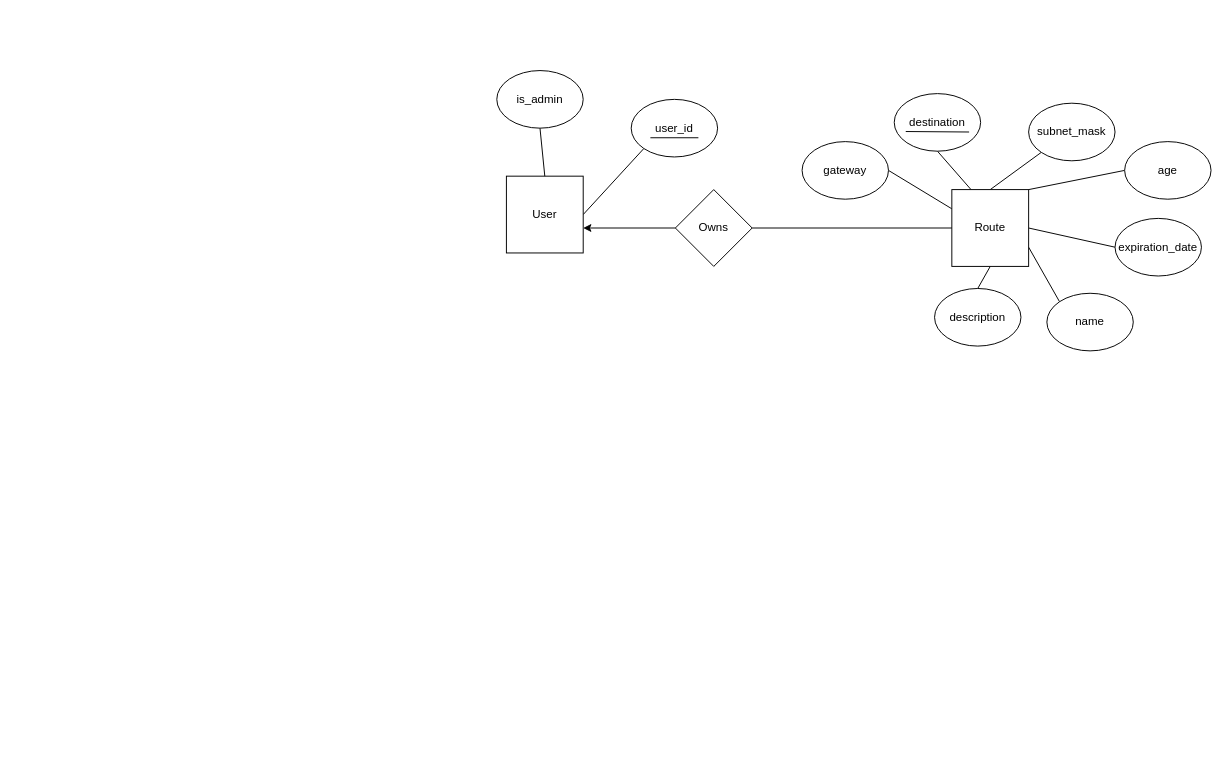
macsyd/csc370-database-project keeps this draw.io diagram as vpn-routing-erd.drawio. Above is the earlier version. Source tidied: cells renumbered, new cells numbered last; positions are measured from the earlier drawing's top-left corner, leaving out a move shared by most shapes. Both pictures are drawn from the tidied source at 96%, with x=0, y=0 at pixel (496, 70).
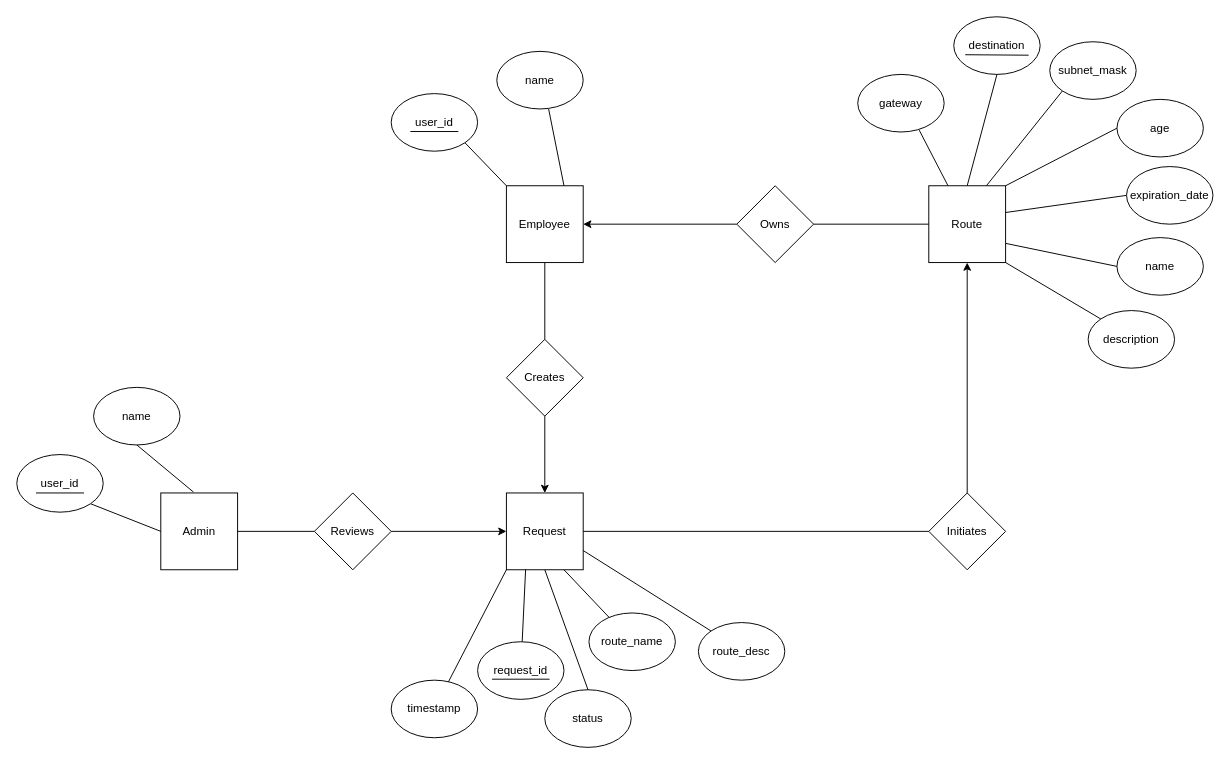
After the change.

Commit message:
add request entity set

I added an entity set to meet our requirement about requests. In doing so, since admin and non-admin users have such different relationships now, I split the user entity set into admin and employee (regular user).

What changed in the source:
```diff
@@
-    <mxCell id="2" style="rounded=0;jettySize=auto;html=1;exitX=0.25;exitY=0;exitDx=0;exitDy=0;entryX=0.5;entryY=1;entryDx=0;entryDy=0;endArrow=none;endFill=0;" parent="1" edge="1" source="9" target="10">
+    <mxCell id="2" style="rounded=0;jettySize=auto;html=1;exitX=0.5;exitY=0;exitDx=0;exitDy=0;entryX=0.5;entryY=1;entryDx=0;entryDy=0;endArrow=none;endFill=0;" parent="1" edge="1" source="9" target="10">
       <mxGeometry relative="1" as="geometry" />
     </mxCell>
-    <mxCell id="3" style="rounded=0;jettySize=auto;html=1;exitX=0.5;exitY=0;exitDx=0;exitDy=0;entryX=0;entryY=1;entryDx=0;entryDy=0;endArrow=none;endFill=0;" parent="1" edge="1" source="9" target="11">
+    <mxCell id="3" style="rounded=0;jettySize=auto;html=1;entryX=0;entryY=1;entryDx=0;entryDy=0;endArrow=none;endFill=0;exitX=0.75;exitY=0;exitDx=0;exitDy=0;" parent="1" edge="1" source="9" target="11">
       <mxGeometry relative="1" as="geometry" />
     </mxCell>
@@
-    <mxCell id="5" style="rounded=0;jettySize=auto;html=1;exitX=1;exitY=0.5;exitDx=0;exitDy=0;entryX=0;entryY=0.5;entryDx=0;entryDy=0;endArrow=none;endFill=0;" parent="1" edge="1" source="9" target="16">
+    <mxCell id="5" style="rounded=0;jettySize=auto;html=1;exitX=0.988;exitY=0.35;exitDx=0;exitDy=0;entryX=0;entryY=0.5;entryDx=0;entryDy=0;endArrow=none;endFill=0;exitPerimeter=0;" parent="1" edge="1" source="9" target="16">
       <mxGeometry relative="1" as="geometry" />
     </mxCell>
-    <mxCell id="6" style="rounded=0;jettySize=auto;html=1;exitX=1;exitY=0.75;exitDx=0;exitDy=0;entryX=0;entryY=0;entryDx=0;entryDy=0;endArrow=none;endFill=0;" parent="1" edge="1" source="9" target="12">
+    <mxCell id="6" style="rounded=0;jettySize=auto;html=1;exitX=1;exitY=0.75;exitDx=0;exitDy=0;entryX=0;entryY=0.5;entryDx=0;entryDy=0;endArrow=none;endFill=0;" parent="1" edge="1" source="9" target="12">
       <mxGeometry relative="1" as="geometry" />
     </mxCell>
-    <mxCell id="7" style="rounded=0;jettySize=auto;html=1;exitX=0.5;exitY=1;exitDx=0;exitDy=0;entryX=0.5;entryY=0;entryDx=0;entryDy=0;endArrow=none;endFill=0;" parent="1" edge="1" source="9" target="15">
+    <mxCell id="7" style="rounded=0;jettySize=auto;html=1;exitX=1;exitY=1;exitDx=0;exitDy=0;entryX=0;entryY=0;entryDx=0;entryDy=0;endArrow=none;endFill=0;" parent="1" edge="1" source="9" target="15">
       <mxGeometry relative="1" as="geometry" />
     </mxCell>
-    <mxCell id="8" style="rounded=0;jettySize=auto;html=1;exitX=0;exitY=0.25;exitDx=0;exitDy=0;entryX=1;entryY=0.5;entryDx=0;entryDy=0;endArrow=none;endFill=0;" parent="1" edge="1" source="9" target="13">
+    <mxCell id="8" style="rounded=0;jettySize=auto;html=1;entryX=0.711;entryY=0.967;entryDx=0;entryDy=0;endArrow=none;endFill=0;entryPerimeter=0;exitX=0.25;exitY=0;exitDx=0;exitDy=0;" parent="1" edge="1" source="9" target="13">
       <mxGeometry relative="1" as="geometry" />
     </mxCell>
     <mxCell id="9" value="Route" style="whiteSpace=wrap;html=1;" parent="1" vertex="1">
-      <mxGeometry x="474" y="124" width="80" height="80" as="geometry" />
+      <mxGeometry x="450" y="120" width="80" height="80" as="geometry" />
     </mxCell>
     <mxCell id="10" value="destination" style="ellipse;whiteSpace=wrap;html=1;" parent="1" vertex="1">
-      <mxGeometry x="414" y="24" width="90" height="60" as="geometry" />
+      <mxGeometry x="476" y="-56" width="90" height="60" as="geometry" />
     </mxCell>
     <mxCell id="11" value="subnet_mask" style="ellipse;whiteSpace=wrap;html=1;" parent="1" vertex="1">
-      <mxGeometry x="554" y="34" width="90" height="60" as="geometry" />
+      <mxGeometry x="576" y="-30" width="90" height="60" as="geometry" />
     </mxCell>
     <mxCell id="12" value="name" style="ellipse;whiteSpace=wrap;html=1;" parent="1" vertex="1">
-      <mxGeometry x="573" y="232" width="90" height="60" as="geometry" />
+      <mxGeometry x="646" y="174" width="90" height="60" as="geometry" />
     </mxCell>
     <mxCell id="13" value="gateway" style="ellipse;whiteSpace=wrap;html=1;" parent="1" vertex="1">
-      <mxGeometry x="318" y="74" width="90" height="60" as="geometry" />
+      <mxGeometry x="376" y="4" width="90" height="60" as="geometry" />
     </mxCell>
     <mxCell id="14" value="age" style="ellipse;whiteSpace=wrap;html=1;" parent="1" vertex="1">
-      <mxGeometry x="654" y="74" width="90" height="60" as="geometry" />
+      <mxGeometry x="646" y="30" width="90" height="60" as="geometry" />
     </mxCell>
     <mxCell id="15" value="description" style="ellipse;whiteSpace=wrap;html=1;" parent="1" vertex="1">
-      <mxGeometry x="456" y="227" width="90" height="60" as="geometry" />
+      <mxGeometry x="616" y="250" width="90" height="60" as="geometry" />
     </mxCell>
     <mxCell id="16" value="expiration_date" style="ellipse;whiteSpace=wrap;html=1;" parent="1" vertex="1">
-      <mxGeometry x="644" y="154" width="90" height="60" as="geometry" />
+      <mxGeometry x="656" y="100" width="90" height="60" as="geometry" />
     </mxCell>
-    <mxCell id="17" style="rounded=0;jettySize=auto;html=1;exitX=1;exitY=0.5;exitDx=0;exitDy=0;entryX=0;entryY=1;entryDx=0;entryDy=0;endArrow=none;endFill=0;" parent="1" edge="1" source="18" target="19">
+    <mxCell id="17" style="rounded=0;jettySize=auto;html=1;exitX=0;exitY=0;exitDx=0;exitDy=0;entryX=1;entryY=1;entryDx=0;entryDy=0;endArrow=none;endFill=0;" parent="1" edge="1" source="18" target="19">
       <mxGeometry relative="1" as="geometry" />
     </mxCell>
-    <mxCell id="18" value="User" style="whiteSpace=wrap;html=1;" parent="1" vertex="1">
-      <mxGeometry x="10" y="110" width="80" height="80" as="geometry" />
+    <mxCell id="18" value="Employee" style="whiteSpace=wrap;html=1;" parent="1" vertex="1">
+      <mxGeometry x="10" y="120" width="80" height="80" as="geometry" />
     </mxCell>
     <mxCell id="19" value="user_id" style="ellipse;whiteSpace=wrap;html=1;" parent="1" vertex="1">
-      <mxGeometry x="140" y="30" width="90" height="60" as="geometry" />
+      <mxGeometry x="-110" y="24" width="90" height="60" as="geometry" />
     </mxCell>
-    <mxCell id="20" style="rounded=0;jettySize=auto;html=1;exitX=0.5;exitY=1;exitDx=0;exitDy=0;entryX=0.5;entryY=0;entryDx=0;entryDy=0;endArrow=none;endFill=0;" parent="1" edge="1" source="21" target="18">
-      <mxGeometry relative="1" as="geometry" />
-    </mxCell>
-    <mxCell id="21" value="is_admin" style="ellipse;whiteSpace=wrap;html=1;" parent="1" vertex="1">
-      <mxGeometry width="90" height="60" as="geometry" />
-    </mxCell>
@@
     <mxCell id="23" value="Owns" style="rhombus;whiteSpace=wrap;html=1;" parent="1" vertex="1">
-      <mxGeometry x="186" y="124" width="80" height="80" as="geometry" />
+      <mxGeometry x="250" y="120" width="80" height="80" as="geometry" />
     </mxCell>
-    <mxCell id="24" style="endArrow=classic;html=1;rounded=0;exitX=0;exitY=0.5;exitDx=0;exitDy=0;" parent="1" edge="1" source="23">
-      <mxGeometry relative="1" as="geometry">
-        <mxPoint x="90" y="164" as="targetPoint" />
-      </mxGeometry>
+    <mxCell id="24" style="endArrow=classic;html=1;rounded=0;exitX=0;exitY=0.5;exitDx=0;exitDy=0;entryX=1;entryY=0.5;entryDx=0;entryDy=0;" parent="1" edge="1" source="23" target="18">
+      <mxGeometry relative="1" as="geometry" />
     </mxCell>
     <mxCell id="25" style="endArrow=none;html=1;rounded=0;" parent="1" edge="1">
       <mxGeometry relative="1" as="geometry">
-        <mxPoint x="160" y="70" as="sourcePoint" />
-        <mxPoint x="210" y="70" as="targetPoint" />
+        <mxPoint x="-90" y="63.5" as="sourcePoint" />
+        <mxPoint x="-40" y="63.5" as="targetPoint" />
       </mxGeometry>
     </mxCell>
     <mxCell id="26" style="endArrow=none;html=1;rounded=0;" parent="1" edge="1">
       <mxGeometry relative="1" as="geometry">
-        <mxPoint x="426" y="63.5" as="sourcePoint" />
-        <mxPoint x="492" y="64" as="targetPoint" />
+        <mxPoint x="488" y="-16.5" as="sourcePoint" />
+        <mxPoint x="554" y="-16" as="targetPoint" />
       </mxGeometry>
     </mxCell>
+    <mxCell id="27" value="Request" style="whiteSpace=wrap;html=1;" parent="1" vertex="1">
+      <mxGeometry x="10" y="440" width="80" height="80" as="geometry" />
+    </mxCell>
+    <mxCell id="28" value="timestamp" style="ellipse;whiteSpace=wrap;html=1;" parent="1" vertex="1">
+      <mxGeometry x="-110" y="635" width="90" height="60" as="geometry" />
+    </mxCell>
+    <mxCell id="29" value="status" style="ellipse;whiteSpace=wrap;html=1;" parent="1" vertex="1">
+      <mxGeometry x="50" y="645" width="90" height="60" as="geometry" />
+    </mxCell>
+    <mxCell id="30" style="rounded=0;jettySize=auto;html=1;entryX=0;entryY=1;entryDx=0;entryDy=0;endArrow=none;endFill=0;" parent="1" edge="1" source="28" target="27">
+      <mxGeometry relative="1" as="geometry" />
+    </mxCell>
+    <mxCell id="31" style="rounded=0;jettySize=auto;html=1;entryX=0.25;entryY=1;entryDx=0;entryDy=0;endArrow=none;endFill=0;" parent="1" edge="1" source="44" target="27">
+      <mxGeometry relative="1" as="geometry" />
+    </mxCell>
+    <mxCell id="32" style="rounded=0;jettySize=auto;html=1;entryX=0.5;entryY=1;entryDx=0;entryDy=0;endArrow=none;endFill=0;exitX=0.5;exitY=0;exitDx=0;exitDy=0;" parent="1" edge="1" source="29" target="27">
+      <mxGeometry relative="1" as="geometry" />
+    </mxCell>
+    <mxCell id="33" value="route_name" style="ellipse;whiteSpace=wrap;html=1;" parent="1" vertex="1">
+      <mxGeometry x="96" y="565" width="90" height="60" as="geometry" />
+    </mxCell>
+    <mxCell id="34" value="route_desc" style="ellipse;whiteSpace=wrap;html=1;" parent="1" vertex="1">
+      <mxGeometry x="210" y="575" width="90" height="60" as="geometry" />
+    </mxCell>
+    <mxCell id="35" style="rounded=0;jettySize=auto;html=1;exitX=0.75;exitY=1;exitDx=0;exitDy=0;endArrow=none;endFill=0;" parent="1" edge="1" source="27" target="33">
+      <mxGeometry relative="1" as="geometry" />
+    </mxCell>
+    <mxCell id="36" style="rounded=0;jettySize=auto;html=1;exitX=1;exitY=0.75;exitDx=0;exitDy=0;endArrow=none;endFill=0;entryX=0;entryY=0;entryDx=0;entryDy=0;" parent="1" edge="1" source="27" target="34">
+      <mxGeometry relative="1" as="geometry" />
+    </mxCell>
+    <mxCell id="37" value="Admin" style="whiteSpace=wrap;html=1;" parent="1" vertex="1">
+      <mxGeometry x="-350" y="440" width="80" height="80" as="geometry" />
+    </mxCell>
+    <mxCell id="38" style="rounded=0;jettySize=auto;html=1;exitX=0;exitY=0.5;exitDx=0;exitDy=0;entryX=1;entryY=1;entryDx=0;entryDy=0;endArrow=none;endFill=0;" parent="1" edge="1" source="37" target="39">
+      <mxGeometry relative="1" as="geometry" />
+    </mxCell>
+    <mxCell id="39" value="user_id" style="ellipse;whiteSpace=wrap;html=1;" parent="1" vertex="1">
+      <mxGeometry x="-500" y="400" width="90" height="60" as="geometry" />
+    </mxCell>
+    <mxCell id="40" style="endArrow=none;html=1;rounded=0;" parent="1" edge="1">
+      <mxGeometry relative="1" as="geometry">
+        <mxPoint x="-480" y="440" as="sourcePoint" />
+        <mxPoint x="-430" y="440" as="targetPoint" />
+      </mxGeometry>
+    </mxCell>
+    <mxCell id="41" value="Creates" style="rhombus;whiteSpace=wrap;html=1;" parent="1" vertex="1">
+      <mxGeometry x="10" y="280" width="80" height="80" as="geometry" />
+    </mxCell>
+    <mxCell id="42" style="rounded=0;jettySize=auto;html=1;endArrow=none;endFill=0;entryX=0.5;entryY=1;entryDx=0;entryDy=0;exitX=0.5;exitY=0;exitDx=0;exitDy=0;" parent="1" edge="1" source="41" target="18">
+      <mxGeometry relative="1" as="geometry" />
+    </mxCell>
+    <mxCell id="43" style="endArrow=classic;html=1;rounded=0;entryX=0.5;entryY=0;entryDx=0;entryDy=0;exitX=0.5;exitY=1;exitDx=0;exitDy=0;" parent="1" edge="1" source="41" target="27">
+      <mxGeometry relative="1" as="geometry" />
+    </mxCell>
+    <mxCell id="44" value="request_id" style="ellipse;whiteSpace=wrap;html=1;" parent="1" vertex="1">
+      <mxGeometry x="-20" y="595" width="90" height="60" as="geometry" />
+    </mxCell>
+    <mxCell id="45" value="Reviews" style="rhombus;whiteSpace=wrap;html=1;" parent="1" vertex="1">
+      <mxGeometry x="-190" y="440" width="80" height="80" as="geometry" />
+    </mxCell>
+    <mxCell id="46" style="rounded=0;jettySize=auto;html=1;endArrow=none;endFill=0;entryX=1;entryY=0.5;entryDx=0;entryDy=0;exitX=0;exitY=0.5;exitDx=0;exitDy=0;" parent="1" edge="1" source="45" target="37">
+      <mxGeometry relative="1" as="geometry" />
+    </mxCell>
+    <mxCell id="47" style="endArrow=classic;html=1;rounded=0;entryX=0;entryY=0.5;entryDx=0;entryDy=0;exitX=1;exitY=0.5;exitDx=0;exitDy=0;" parent="1" edge="1" source="45" target="27">
+      <mxGeometry relative="1" as="geometry" />
+    </mxCell>
+    <mxCell id="48" value="name" style="ellipse;whiteSpace=wrap;html=1;" parent="1" vertex="1">
+      <mxGeometry y="-20" width="90" height="60" as="geometry" />
+    </mxCell>
+    <mxCell id="49" style="rounded=0;jettySize=auto;html=1;exitX=0.6;exitY=1;exitDx=0;exitDy=0;endArrow=none;endFill=0;exitPerimeter=0;entryX=0.75;entryY=0;entryDx=0;entryDy=0;" parent="1" edge="1" source="48" target="18">
+      <mxGeometry relative="1" as="geometry" />
+    </mxCell>
+    <mxCell id="50" value="name" style="ellipse;whiteSpace=wrap;html=1;" parent="1" vertex="1">
+      <mxGeometry x="-420" y="330" width="90" height="60" as="geometry" />
+    </mxCell>
+    <mxCell id="51" style="rounded=0;jettySize=auto;html=1;exitX=0.5;exitY=1;exitDx=0;exitDy=0;endArrow=none;endFill=0;entryX=0.425;entryY=-0.012;entryDx=0;entryDy=0;entryPerimeter=0;" parent="1" edge="1" source="50" target="37">
+      <mxGeometry relative="1" as="geometry" />
+    </mxCell>
+    <mxCell id="52" value="Initiates" style="rhombus;whiteSpace=wrap;html=1;" parent="1" vertex="1">
+      <mxGeometry x="450" y="440" width="80" height="80" as="geometry" />
+    </mxCell>
+    <mxCell id="53" style="rounded=0;jettySize=auto;html=1;endArrow=none;endFill=0;entryX=1;entryY=0.5;entryDx=0;entryDy=0;exitX=0;exitY=0.5;exitDx=0;exitDy=0;" parent="1" edge="1" source="52" target="27">
+      <mxGeometry relative="1" as="geometry" />
+    </mxCell>
+    <mxCell id="54" style="endArrow=classic;html=1;rounded=0;entryX=0.5;entryY=1;entryDx=0;entryDy=0;exitX=0.5;exitY=0;exitDx=0;exitDy=0;" parent="1" edge="1" source="52" target="9">
+      <mxGeometry relative="1" as="geometry" />
+    </mxCell>
+    <mxCell id="55" style="endArrow=none;html=1;rounded=0;" parent="1" edge="1">
+      <mxGeometry relative="1" as="geometry">
+        <mxPoint x="-5" y="634" as="sourcePoint" />
+        <mxPoint x="55" y="634" as="targetPoint" />
+      </mxGeometry>
+    </mxCell>
```
